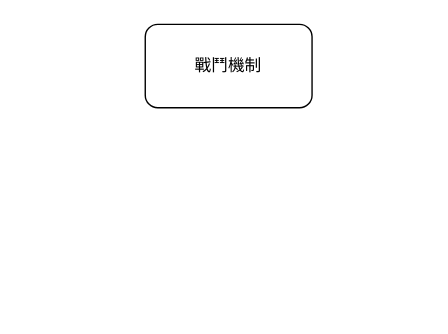
Before: 戰鬥機制.drawio in a6984234/ForDraw.io, a draw.io diagram. Source tidied: cells renumbered, new cells numbered last; positions are measured from the earlier drawing's top-left corner, leaving out a move shared by most shapes. Both pictures are drawn from the tidied source at 139%, with x=0, y=0 at pixel (145, 24).
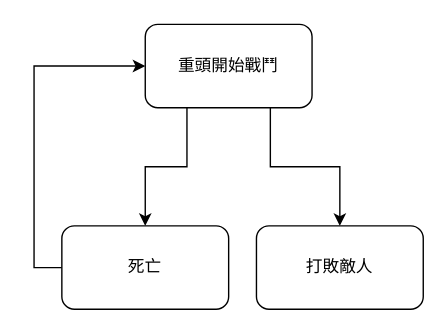
After the change.

Commit message (it also covers changes not shown here):
更新戰鬥機制.drawio

Change to the diagram source:
```diff
@@
 <mxGraphModel>
   <root>
     <mxCell id="0" />
     <mxCell id="1" parent="0" />
+    <mxCell id="3" style="edgeStyle=orthogonalEdgeStyle;rounded=0;jettySize=auto;html=1;exitX=0.25;exitY=1;exitDx=0;exitDy=0;entryX=0.5;entryY=0;entryDx=0;entryDy=0;" parent="1" edge="1" source="2" target="7">
+      <mxGeometry relative="1" as="geometry" />
+    </mxCell>
+    <mxCell id="4" style="edgeStyle=orthogonalEdgeStyle;rounded=0;jettySize=auto;html=1;exitX=0.75;exitY=1;exitDx=0;exitDy=0;entryX=0.5;entryY=0;entryDx=0;entryDy=0;" parent="1" edge="1" source="2" target="5">
+      <mxGeometry relative="1" as="geometry" />
+    </mxCell>
-    <mxCell id="2" value="戰鬥機制" style="rounded=1;whiteSpace=wrap;html=1;" parent="1" vertex="1">
+    <mxCell id="2" value="重頭開始戰鬥" style="rounded=1;whiteSpace=wrap;html=1;" parent="1" vertex="1">
       <mxGeometry width="120" height="60" as="geometry" />
     </mxCell>
+    <mxCell id="5" value="打敗敵人" style="rounded=1;whiteSpace=wrap;html=1;" parent="1" vertex="1">
+      <mxGeometry x="80" y="145" width="120" height="60" as="geometry" />
+    </mxCell>
+    <mxCell id="6" style="edgeStyle=orthogonalEdgeStyle;rounded=0;jettySize=auto;html=1;exitX=0;exitY=0.5;exitDx=0;exitDy=0;entryX=0;entryY=0.5;entryDx=0;entryDy=0;" parent="1" edge="1" source="7" target="2">
+      <mxGeometry relative="1" as="geometry" />
+    </mxCell>
+    <mxCell id="7" value="死亡" style="rounded=1;whiteSpace=wrap;html=1;" parent="1" vertex="1">
+      <mxGeometry x="-60" y="145" width="120" height="60" as="geometry" />
+    </mxCell>
   </root>
 </mxGraphModel>
```
